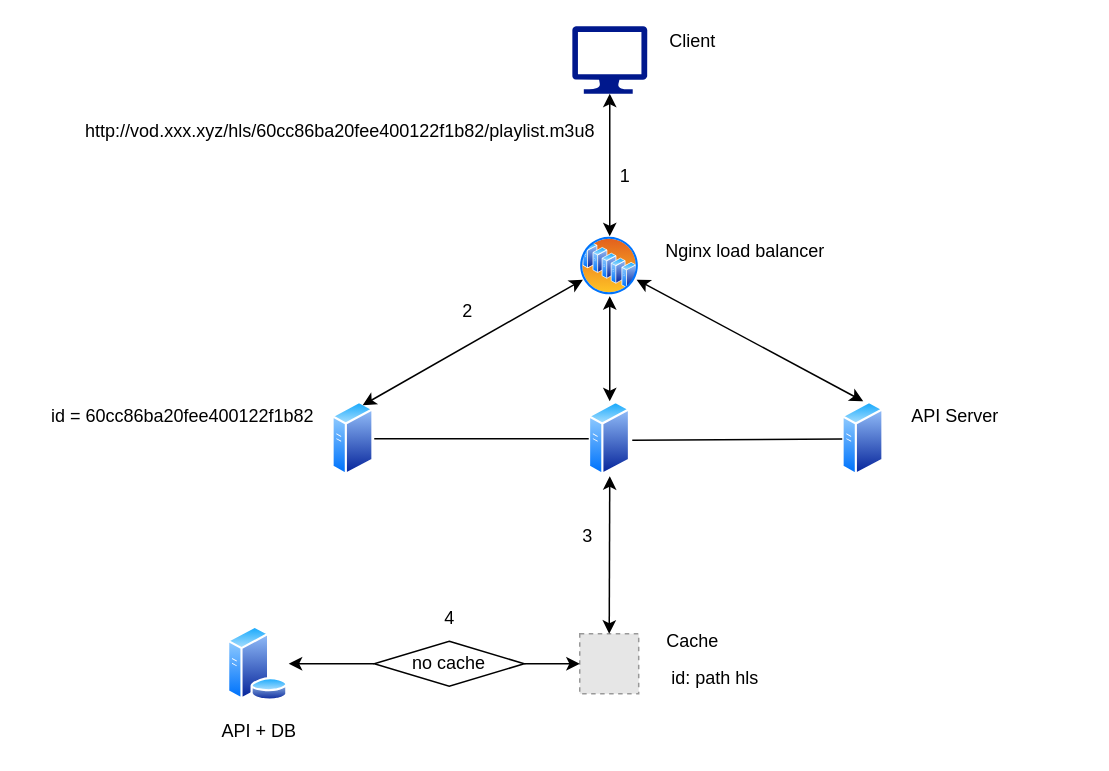
Before: Untitled Diagram.drawio in tptindev/scrape30kmovies, a draw.io diagram. Source tidied: cells renumbered, new cells numbered last; positions are measured from the earlier drawing's top-left corner, leaving out a move shared by most shapes. Both pictures are drawn from the tidied source at 150%, with x=0, y=0 at pixel (39, 26). Pictures stored in the file or linked from it are replaced by grey dashed boxes.
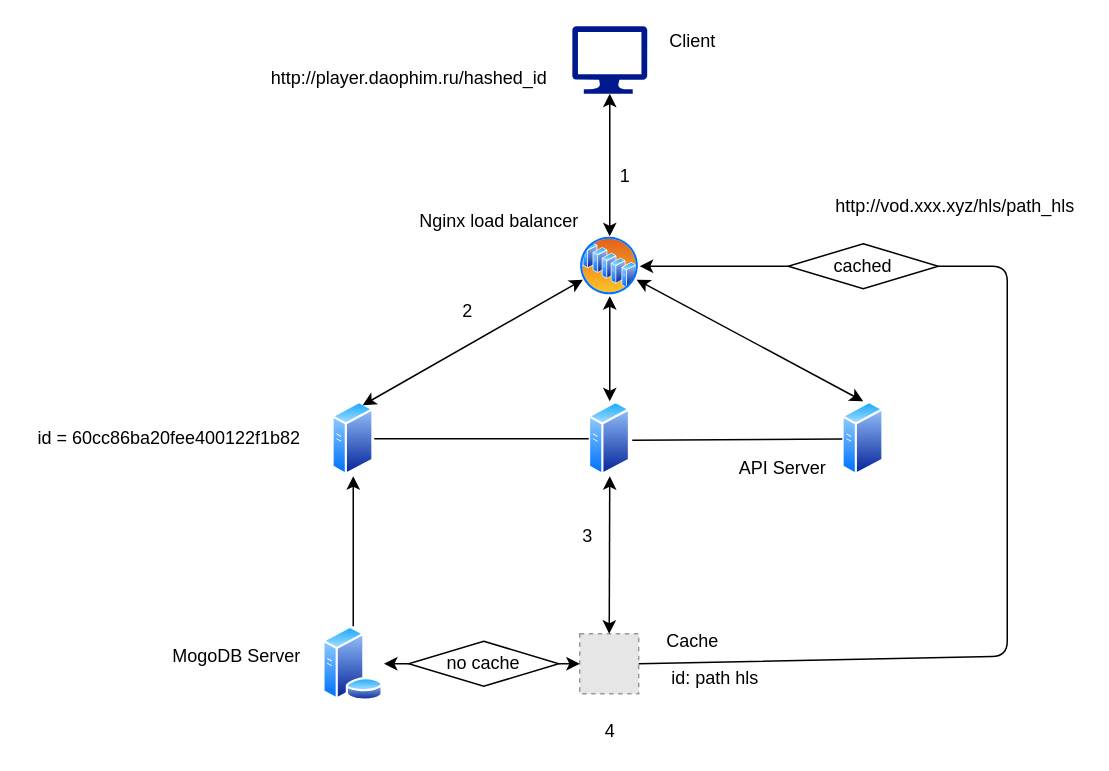
After the change.

Unchanged cells that the change refers to:
```xml
<mxCell id="3" style="perimeter=ellipsePerimeter;html=1;align=center;shadow=0;dashed=0;spacingTop=3;image;image=img/lib/active_directory/server_farm.svg;" parent="1" vertex="1">
  <mxGeometry x="360" y="140" width="40" height="40" as="geometry" />
</mxCell>
<mxCell id="4" style="perimeter=ellipsePerimeter;html=1;align=center;shadow=0;dashed=0;spacingTop=3;image;image=img/lib/active_directory/generic_server.svg;" parent="1" vertex="1">
  <mxGeometry x="195" y="250" width="28" height="50" as="geometry" />
</mxCell>
<mxCell id="7" style="fillColor=#E6E6E6;strokeColor=#999999;dashed=1;verticalLabelPosition=bottom;labelBackgroundColor=#ffffff;verticalAlign=top;" parent="1" vertex="1">
  <mxGeometry x="360" y="405" width="39.3" height="40" as="geometry" />
</mxCell>
```

What changed in the source:
```diff
@@
     <mxCell id="14" value="Nginx load balancer" style="text;html=1;align=center;verticalAlign=middle;strokeColor=none;" parent="1" vertex="1">
-      <mxGeometry x="410" y="140" width="120" height="20" as="geometry" />
+      <mxGeometry x="246" y="120" width="120" height="20" as="geometry" />
     </mxCell>
     <mxCell id="15" value="API Server" style="text;html=1;align=center;verticalAlign=middle;strokeColor=none;" parent="1" vertex="1">
-      <mxGeometry x="575" y="250" width="70" height="20" as="geometry" />
+      <mxGeometry x="460" y="285" width="70" height="20" as="geometry" />
     </mxCell>
@@
-    <mxCell id="19" value="http://vod.xxx.xyz/hls/60cc86ba20fee400122f1b82/playlist.m3u8" style="text;html=1;align=center;verticalAlign=middle;strokeColor=none;" parent="1" vertex="1">
-      <mxGeometry x="20" y="60" width="360" height="20" as="geometry" />
+    <mxCell id="19" value="http://vod.xxx.xyz/hls/path_hls" style="text;html=1;align=center;verticalAlign=middle;strokeColor=none;" parent="1" vertex="1">
+      <mxGeometry x="525" y="110" width="170" height="20" as="geometry" />
     </mxCell>
     <mxCell id="20" value="&lt;span&gt;id =&amp;nbsp;&lt;/span&gt;&lt;span&gt;60cc86ba20fee400122f1b82&lt;/span&gt;" style="text;html=1;align=center;verticalAlign=middle;strokeColor=none;" parent="1" vertex="1">
-      <mxGeometry y="250" width="190" height="20" as="geometry" />
+      <mxGeometry x="-9.5" y="265" width="190" height="20" as="geometry" />
     </mxCell>
     <mxCell id="21" style="perimeter=ellipsePerimeter;html=1;align=center;shadow=0;dashed=0;spacingTop=3;image;image=img/lib/active_directory/database_server.svg;" parent="1" vertex="1">
-      <mxGeometry x="125" y="400" width="41" height="50" as="geometry" />
+      <mxGeometry x="188.5" y="400" width="41" height="50" as="geometry" />
     </mxCell>
-    <mxCell id="22" value="API + DB" style="text;html=1;align=center;verticalAlign=middle;strokeColor=none;" parent="1" vertex="1">
-      <mxGeometry x="110.5" y="460" width="70" height="20" as="geometry" />
+    <mxCell id="22" value="MogoDB Server" style="text;html=1;align=center;verticalAlign=middle;strokeColor=none;" parent="1" vertex="1">
+      <mxGeometry x="80.5" y="410" width="100" height="20" as="geometry" />
     </mxCell>
@@
     <mxCell id="27" value="4" style="text;html=1;align=center;verticalAlign=middle;strokeColor=none;" parent="1" vertex="1">
-      <mxGeometry x="263" y="385" width="20" height="20" as="geometry" />
+      <mxGeometry x="369.7" y="460" width="20" height="20" as="geometry" />
     </mxCell>
     <mxCell id="28" value="no cache" style="rhombus;whiteSpace=wrap;html=1;" parent="1" vertex="1">
-      <mxGeometry x="223" y="410" width="100" height="30" as="geometry" />
+      <mxGeometry x="246" y="410" width="100" height="30" as="geometry" />
     </mxCell>
-    <mxCell id="29" style="endArrow=none;startArrow=classic;html=1;exitX=1;exitY=0.5;exitDx=0;exitDy=0;entryX=0;entryY=0.5;entryDx=0;entryDy=0;" parent="1" edge="1" source="21" target="28">
+    <mxCell id="29" style="endArrow=none;startArrow=classic;html=1;entryX=0;entryY=0.5;entryDx=0;entryDy=0;exitX=1;exitY=0.5;exitDx=0;exitDy=0;" parent="1" edge="1" source="21" target="28">
       <mxGeometry relative="1" as="geometry" />
     </mxCell>
@@
+    <mxCell id="31" value="http://player.daophim.ru/hashed_id" style="text;html=1;align=center;verticalAlign=middle;strokeColor=none;" parent="1" vertex="1">
+      <mxGeometry x="146" y="25" width="200" height="20" as="geometry" />
+    </mxCell>
+    <mxCell id="32" value="cached" style="rhombus;whiteSpace=wrap;html=1;" parent="1" vertex="1">
+      <mxGeometry x="499" y="145" width="100" height="30" as="geometry" />
+    </mxCell>
+    <mxCell id="33" style="endArrow=classic;html=1;entryX=1;entryY=0.5;entryDx=0;entryDy=0;exitX=0;exitY=0.5;exitDx=0;exitDy=0;" parent="1" edge="1" source="32" target="3">
+      <mxGeometry relative="1" as="geometry" />
+    </mxCell>
+    <mxCell id="34" style="endArrow=none;html=1;exitX=1;exitY=0.5;exitDx=0;exitDy=0;entryX=1;entryY=0.5;entryDx=0;entryDy=0;" parent="1" edge="1" source="7" target="32">
+      <mxGeometry relative="1" as="geometry">
+        <Array as="points">
+          <mxPoint x="645" y="420" />
+          <mxPoint x="645" y="160" />
+        </Array>
+      </mxGeometry>
+    </mxCell>
+    <mxCell id="35" style="endArrow=classic;html=1;exitX=0.5;exitY=0;exitDx=0;exitDy=0;entryX=0.5;entryY=1;entryDx=0;entryDy=0;" parent="1" edge="1" source="21" target="4">
+      <mxGeometry relative="1" as="geometry" />
+    </mxCell>
```
